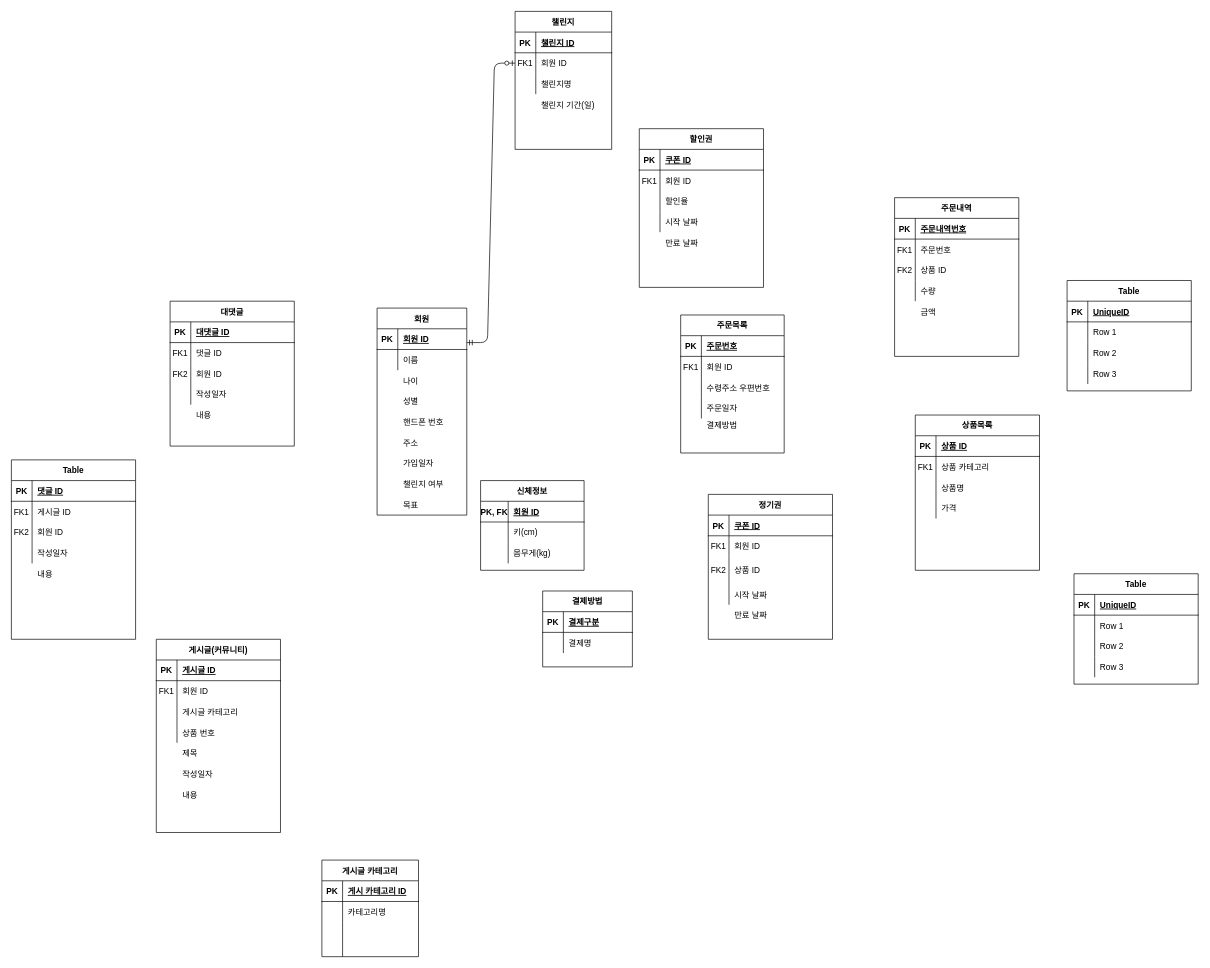
Above: Untitled Diagram.drawio in eunhwa99/Lab-Intern (draw.io), before the change. Source tidied: cells renumbered, new cells numbered last; positions are measured from the earlier drawing's top-left corner, leaving out a move shared by most shapes. Both pictures are drawn from the tidied source at 69%, with x=0, y=0 at pixel (11, 11).
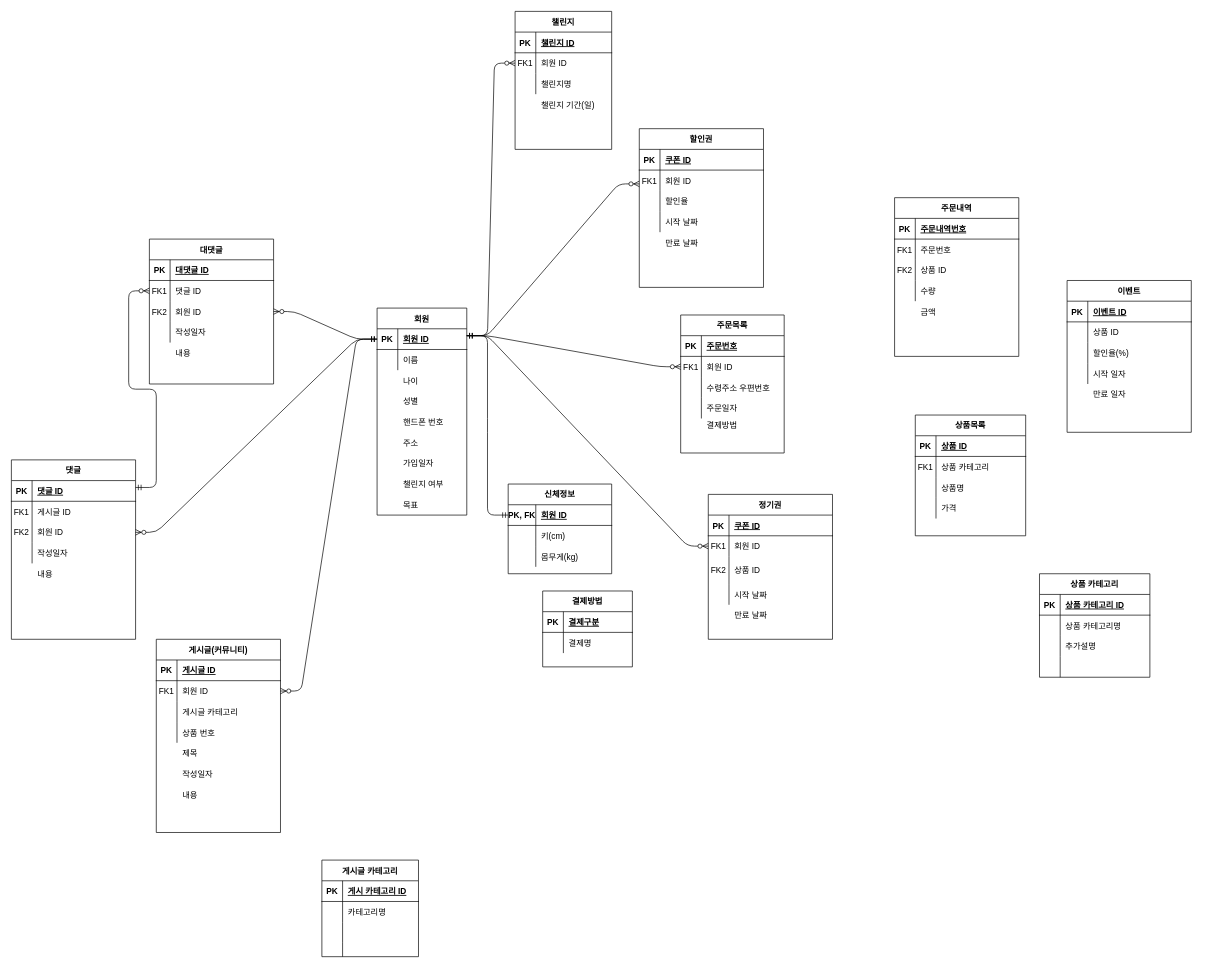
The same page after the edit.

Unchanged cells that the change refers to:
```xml
<mxCell id="6" style="shape=partialRectangle;fillColor=none;points=[[0,0.5],[1,0.5]];portConstraint=eastwest;top=0;left=0;right=0;bottom=0;" parent="2" vertex="1">
  <mxGeometry y="60" width="140" height="30" as="geometry" />
</mxCell>
<mxCell id="13" style="shape=partialRectangle;fillColor=none;points=[[0,0.5],[1,0.5]];portConstraint=eastwest;top=0;left=0;right=0;bottom=1;" parent="12" vertex="1">
  <mxGeometry y="30" width="130" height="30" as="geometry" />
</mxCell>
<mxCell id="32" style="shape=partialRectangle;fillColor=none;top=0;left=0;bottom=0;right=0;points=[[0,0.5],[1,0.5]];portConstraint=eastwest;" parent="28" vertex="1">
  <mxGeometry y="60" width="180" height="30" as="geometry" />
</mxCell>
<mxCell id="58" style="shape=partialRectangle;fillColor=none;top=0;left=0;bottom=0;right=0;points=[[0,0.5],[1,0.5]];portConstraint=eastwest;" parent="54" vertex="1">
  <mxGeometry y="60" width="150" height="30" as="geometry" />
</mxCell>
<mxCell id="78" style="shape=partialRectangle;fillColor=none;top=0;left=0;bottom=0;right=0;points=[[0,0.5],[1,0.5]];portConstraint=eastwest;" parent="74" vertex="1">
  <mxGeometry y="60" width="180" height="30" as="geometry" />
</mxCell>
<mxCell id="81" style="shape=partialRectangle;fillColor=none;top=0;left=0;bottom=0;right=0;points=[[0,0.5],[1,0.5]];portConstraint=eastwest;" parent="74" vertex="1">
  <mxGeometry y="90" width="180" height="30" as="geometry" />
</mxCell>
<mxCell id="88" style="shape=partialRectangle;fillColor=none;top=0;left=0;bottom=1;right=0;points=[[0,0.5],[1,0.5]];portConstraint=eastwest;" parent="87" vertex="1">
  <mxGeometry y="30" width="180" height="30" as="geometry" />
</mxCell>
<mxCell id="94" style="shape=partialRectangle;fillColor=none;top=0;left=0;bottom=0;right=0;points=[[0,0.5],[1,0.5]];portConstraint=eastwest;" parent="87" vertex="1">
  <mxGeometry y="90" width="180" height="30" as="geometry" />
</mxCell>
<mxCell id="104" style="shape=partialRectangle;fillColor=none;top=0;left=0;bottom=0;right=0;points=[[0,0.5],[1,0.5]];portConstraint=eastwest;" parent="100" vertex="1">
  <mxGeometry y="60" width="180" height="30" as="geometry" />
</mxCell>
<mxCell id="130" style="shape=partialRectangle;fillColor=none;top=0;left=0;bottom=0;right=0;points=[[0,0.5],[1,0.5]];portConstraint=eastwest;" parent="126" vertex="1">
  <mxGeometry y="60" width="180" height="30" as="geometry" />
</mxCell>
<mxCell id="153" style="shape=partialRectangle;fillColor=none;top=0;left=0;bottom=1;right=0;points=[[0,0.5],[1,0.5]];portConstraint=eastwest;" parent="152" vertex="1">
  <mxGeometry y="30" width="150" height="30" as="geometry" />
</mxCell>
<mxCell id="195" style="shape=partialRectangle;fillColor=none;top=0;left=0;bottom=1;right=0;" parent="194" vertex="1">
  <mxGeometry y="30" width="180" height="30" as="geometry" />
</mxCell>
<mxCell id="198" style="shape=partialRectangle;fillColor=none;top=0;left=0;bottom=0;right=0;" parent="194" vertex="1">
  <mxGeometry y="60" width="180" height="30" as="geometry" />
</mxCell>
<mxCell id="201" style="shape=partialRectangle;fillColor=none;top=0;left=0;bottom=0;right=0;" parent="194" vertex="1">
  <mxGeometry y="90" width="180" height="30" as="geometry" />
</mxCell>
<mxCell id="204" style="shape=partialRectangle;fillColor=none;top=0;left=0;bottom=0;right=0;" parent="194" vertex="1">
  <mxGeometry y="120" width="180" height="30" as="geometry" />
</mxCell>
```

Diff of the diagram source:
```diff
@@
-    <mxCell id="26" style="edgeStyle=entityRelationEdgeStyle;fontSize=12;html=1;endArrow=ERzeroToOne;startArrow=ERmandOne;entryX=0;entryY=0.5;entryDx=0;entryDy=0;" parent="1" edge="1" target="6">
-      <mxGeometry relative="1" as="geometry">
-        <mxPoint x="660" y="480" as="sourcePoint" />
-      </mxGeometry>
-    </mxCell>
@@
     <mxCell id="74" value="대댓글" style="shape=table;startSize=30;childLayout=tableLayout;rowLines=0;fontStyle=1;align=center;" parent="1" vertex="1">
-      <mxGeometry x="230" y="420" width="180" height="210" as="geometry" />
+      <mxGeometry x="200" y="330" width="180" height="210" as="geometry" />
     </mxCell>
@@
-    <mxCell id="87" value="Table" style="shape=table;startSize=30;childLayout=tableLayout;rowLines=0;fontStyle=1;align=center;" parent="1" vertex="1">
+    <mxCell id="87" value="댓글" style="shape=table;startSize=30;childLayout=tableLayout;rowLines=0;fontStyle=1;align=center;" parent="1" vertex="1">
       <mxGeometry y="650" width="180" height="260" as="geometry" />
     </mxCell>
@@
     <mxCell id="139" style="shape=partialRectangle;fillColor=none;top=0;left=0;bottom=0;right=0;" parent="1" vertex="1">
-      <mxGeometry x="230" y="570" width="180" height="30" as="geometry" />
+      <mxGeometry x="200" y="480" width="180" height="30" as="geometry" />
     </mxCell>
@@
     <mxCell id="152" value="신체정보" style="shape=table;startSize=30;childLayout=tableLayout;rowLines=0;fontStyle=1;align=center;" parent="1" vertex="1">
-      <mxGeometry x="680" y="680" width="150" height="130" as="geometry" />
+      <mxGeometry x="720" y="685" width="150" height="130" as="geometry" />
     </mxCell>
@@
     <mxCell id="168" value="상품목록" style="shape=table;startSize=30;childLayout=tableLayout;rowLines=0;fontStyle=1;align=center;" parent="1" vertex="1">
-      <mxGeometry x="1310" y="585" width="180" height="225" as="geometry" />
+      <mxGeometry x="1310" y="585" width="160" height="175" as="geometry" />
     </mxCell>
     <mxCell id="169" style="shape=partialRectangle;fillColor=none;top=0;left=0;bottom=1;right=0;" parent="168" vertex="1">
-      <mxGeometry y="30" width="180" height="30" as="geometry" />
+      <mxGeometry y="30" width="160" height="30" as="geometry" />
     </mxCell>
@@
     <mxCell id="171" value="상품 ID" style="shape=partialRectangle;fillColor=none;top=0;left=0;bottom=0;right=0;align=left;spacingLeft=6;fontStyle=5;overflow=hidden;" parent="169" vertex="1">
-      <mxGeometry x="30" width="150" height="30" as="geometry" />
+      <mxGeometry x="30" width="130" height="30" as="geometry" />
     </mxCell>
     <mxCell id="172" style="shape=partialRectangle;fillColor=none;top=0;left=0;bottom=0;right=0;" parent="168" vertex="1">
-      <mxGeometry y="60" width="180" height="30" as="geometry" />
+      <mxGeometry y="60" width="160" height="30" as="geometry" />
     </mxCell>
@@
     <mxCell id="174" value="상품 카테고리" style="shape=partialRectangle;fillColor=none;top=0;left=0;bottom=0;right=0;align=left;spacingLeft=6;overflow=hidden;" parent="172" vertex="1">
-      <mxGeometry x="30" width="150" height="30" as="geometry" />
+      <mxGeometry x="30" width="130" height="30" as="geometry" />
     </mxCell>
     <mxCell id="175" style="shape=partialRectangle;fillColor=none;top=0;left=0;bottom=0;right=0;" parent="168" vertex="1">
-      <mxGeometry y="90" width="180" height="30" as="geometry" />
+      <mxGeometry y="90" width="160" height="30" as="geometry" />
     </mxCell>
@@
     <mxCell id="177" value="상품명" style="shape=partialRectangle;fillColor=none;top=0;left=0;bottom=0;right=0;align=left;spacingLeft=6;overflow=hidden;" parent="175" vertex="1">
-      <mxGeometry x="30" width="150" height="30" as="geometry" />
+      <mxGeometry x="30" width="130" height="30" as="geometry" />
     </mxCell>
     <mxCell id="178" style="shape=partialRectangle;fillColor=none;top=0;left=0;bottom=0;right=0;" parent="168" vertex="1">
-      <mxGeometry y="120" width="180" height="30" as="geometry" />
+      <mxGeometry y="120" width="160" height="30" as="geometry" />
     </mxCell>
@@
     <mxCell id="180" value="가격" style="shape=partialRectangle;fillColor=none;top=0;left=0;bottom=0;right=0;align=left;spacingLeft=6;overflow=hidden;" parent="178" vertex="1">
-      <mxGeometry x="30" width="150" height="30" as="geometry" />
+      <mxGeometry x="30" width="130" height="30" as="geometry" />
     </mxCell>
-    <mxCell id="181" value="Table" style="shape=table;startSize=30;childLayout=tableLayout;rowLines=0;fontStyle=1;align=center;" parent="1" vertex="1">
-      <mxGeometry x="1540" y="815" width="180" height="160" as="geometry" />
+    <mxCell id="181" value="상품 카테고리" style="shape=table;startSize=30;childLayout=tableLayout;rowLines=0;fontStyle=1;align=center;" parent="1" vertex="1">
+      <mxGeometry x="1490" y="815" width="160" height="150" as="geometry" />
     </mxCell>
     <mxCell id="182" style="shape=partialRectangle;fillColor=none;top=0;left=0;bottom=1;right=0;" parent="181" vertex="1">
-      <mxGeometry y="30" width="180" height="30" as="geometry" />
+      <mxGeometry y="30" width="160" height="30" as="geometry" />
     </mxCell>
@@
-    <mxCell id="184" value="UniqueID" style="shape=partialRectangle;fillColor=none;top=0;left=0;bottom=0;right=0;align=left;spacingLeft=6;fontStyle=5;overflow=hidden;" parent="182" vertex="1">
-      <mxGeometry x="30" width="150" height="30" as="geometry" />
+    <mxCell id="184" value="상품 카테고리 ID" style="shape=partialRectangle;fillColor=none;top=0;left=0;bottom=0;right=0;align=left;spacingLeft=6;fontStyle=5;overflow=hidden;" parent="182" vertex="1">
+      <mxGeometry x="30" width="130" height="30" as="geometry" />
     </mxCell>
     <mxCell id="185" style="shape=partialRectangle;fillColor=none;top=0;left=0;bottom=0;right=0;" parent="181" vertex="1">
-      <mxGeometry y="60" width="180" height="30" as="geometry" />
+      <mxGeometry y="60" width="160" height="30" as="geometry" />
     </mxCell>
@@
-    <mxCell id="187" value="Row 1" style="shape=partialRectangle;fillColor=none;top=0;left=0;bottom=0;right=0;align=left;spacingLeft=6;overflow=hidden;" parent="185" vertex="1">
-      <mxGeometry x="30" width="150" height="30" as="geometry" />
+    <mxCell id="187" value="상품 카테고리명" style="shape=partialRectangle;fillColor=none;top=0;left=0;bottom=0;right=0;align=left;spacingLeft=6;overflow=hidden;" parent="185" vertex="1">
+      <mxGeometry x="30" width="130" height="30" as="geometry" />
     </mxCell>
     <mxCell id="188" style="shape=partialRectangle;fillColor=none;top=0;left=0;bottom=0;right=0;" parent="181" vertex="1">
-      <mxGeometry y="90" width="180" height="30" as="geometry" />
+      <mxGeometry y="90" width="160" height="30" as="geometry" />
     </mxCell>
@@
-    <mxCell id="190" value="Row 2" style="shape=partialRectangle;fillColor=none;top=0;left=0;bottom=0;right=0;align=left;spacingLeft=6;overflow=hidden;" parent="188" vertex="1">
-      <mxGeometry x="30" width="150" height="30" as="geometry" />
+    <mxCell id="190" value="추가설명" style="shape=partialRectangle;fillColor=none;top=0;left=0;bottom=0;right=0;align=left;spacingLeft=6;overflow=hidden;" parent="188" vertex="1">
+      <mxGeometry x="30" width="130" height="30" as="geometry" />
     </mxCell>
     <mxCell id="191" style="shape=partialRectangle;fillColor=none;top=0;left=0;bottom=0;right=0;" parent="181" vertex="1">
-      <mxGeometry y="120" width="180" height="30" as="geometry" />
+      <mxGeometry y="120" width="160" height="30" as="geometry" />
     </mxCell>
@@
-    <mxCell id="193" value="Row 3" style="shape=partialRectangle;fillColor=none;top=0;left=0;bottom=0;right=0;align=left;spacingLeft=6;overflow=hidden;" parent="191" vertex="1">
-      <mxGeometry x="30" width="150" height="30" as="geometry" />
+    <mxCell id="193" style="shape=partialRectangle;fillColor=none;top=0;left=0;bottom=0;right=0;align=left;spacingLeft=6;overflow=hidden;" parent="191" vertex="1">
+      <mxGeometry x="30" width="130" height="30" as="geometry" />
     </mxCell>
-    <mxCell id="194" value="Table" style="shape=table;startSize=30;childLayout=tableLayout;rowLines=0;fontStyle=1;align=center;" parent="1" vertex="1">
-      <mxGeometry x="1530" y="390" width="180" height="160" as="geometry" />
+    <mxCell id="194" value="이벤트" style="shape=table;startSize=30;childLayout=tableLayout;rowLines=0;fontStyle=1;align=center;" parent="1" vertex="1">
+      <mxGeometry x="1530" y="390" width="180" height="220" as="geometry" />
     </mxCell>
@@
-    <mxCell id="197" value="UniqueID" style="shape=partialRectangle;fillColor=none;top=0;left=0;bottom=0;right=0;align=left;spacingLeft=6;fontStyle=5;overflow=hidden;" parent="195" vertex="1">
+    <mxCell id="197" value="이벤트 ID" style="shape=partialRectangle;fillColor=none;top=0;left=0;bottom=0;right=0;align=left;spacingLeft=6;fontStyle=5;overflow=hidden;" parent="195" vertex="1">
       <mxGeometry x="30" width="150" height="30" as="geometry" />
     </mxCell>
@@
-    <mxCell id="200" value="Row 1" style="shape=partialRectangle;fillColor=none;top=0;left=0;bottom=0;right=0;align=left;spacingLeft=6;overflow=hidden;" parent="198" vertex="1">
+    <mxCell id="200" value="상품 ID" style="shape=partialRectangle;fillColor=none;top=0;left=0;bottom=0;right=0;align=left;spacingLeft=6;overflow=hidden;" parent="198" vertex="1">
       <mxGeometry x="30" width="150" height="30" as="geometry" />
     </mxCell>
@@
-    <mxCell id="203" value="Row 2" style="shape=partialRectangle;fillColor=none;top=0;left=0;bottom=0;right=0;align=left;spacingLeft=6;overflow=hidden;" parent="201" vertex="1">
+    <mxCell id="203" value="할인율(%)" style="shape=partialRectangle;fillColor=none;top=0;left=0;bottom=0;right=0;align=left;spacingLeft=6;overflow=hidden;" parent="201" vertex="1">
       <mxGeometry x="30" width="150" height="30" as="geometry" />
     </mxCell>
@@
-    <mxCell id="206" value="Row 3" style="shape=partialRectangle;fillColor=none;top=0;left=0;bottom=0;right=0;align=left;spacingLeft=6;overflow=hidden;" parent="204" vertex="1">
+    <mxCell id="206" value="시작 일자" style="shape=partialRectangle;fillColor=none;top=0;left=0;bottom=0;right=0;align=left;spacingLeft=6;overflow=hidden;" parent="204" vertex="1">
       <mxGeometry x="30" width="150" height="30" as="geometry" />
     </mxCell>
+    <mxCell id="207" value="만료 일자" style="shape=partialRectangle;fillColor=none;top=0;left=0;bottom=0;right=0;align=left;spacingLeft=6;overflow=hidden;" parent="1" vertex="1">
+      <mxGeometry x="1560" y="540" width="150" height="30" as="geometry" />
+    </mxCell>
+    <mxCell id="208" style="edgeStyle=entityRelationEdgeStyle;fontSize=12;html=1;endArrow=ERzeroToMany;startArrow=ERmandOne;entryX=0;entryY=0.667;entryDx=0;entryDy=0;entryPerimeter=0;" parent="1" edge="1" target="32">
+      <mxGeometry relative="1" as="geometry">
+        <mxPoint x="660" y="470" as="sourcePoint" />
+      </mxGeometry>
+    </mxCell>
+    <mxCell id="209" style="edgeStyle=entityRelationEdgeStyle;fontSize=12;html=1;endArrow=ERzeroToMany;startArrow=ERmandOne;" parent="1" edge="1">
+      <mxGeometry relative="1" as="geometry">
+        <mxPoint x="660" y="470" as="sourcePoint" />
+        <mxPoint x="730" y="75" as="targetPoint" />
+      </mxGeometry>
+    </mxCell>
+    <mxCell id="210" style="edgeStyle=entityRelationEdgeStyle;fontSize=12;html=1;endArrow=ERmandOne;startArrow=ERmandOne;entryX=0;entryY=0.5;entryDx=0;entryDy=0;" parent="1" edge="1" target="153">
+      <mxGeometry relative="1" as="geometry">
+        <mxPoint x="660" y="470" as="sourcePoint" />
+      </mxGeometry>
+    </mxCell>
+    <mxCell id="211" style="edgeStyle=entityRelationEdgeStyle;fontSize=12;html=1;endArrow=ERzeroToMany;endFill=1;entryX=0;entryY=0.5;entryDx=0;entryDy=0;" parent="1" edge="1" target="58">
+      <mxGeometry relative="1" as="geometry">
+        <mxPoint x="660" y="470" as="sourcePoint" />
+      </mxGeometry>
+    </mxCell>
+    <mxCell id="212" style="edgeStyle=entityRelationEdgeStyle;fontSize=12;html=1;endArrow=ERzeroToMany;endFill=1;entryX=0;entryY=0.5;entryDx=0;entryDy=0;" parent="1" edge="1" target="104">
+      <mxGeometry relative="1" as="geometry">
+        <mxPoint x="660" y="470" as="sourcePoint" />
+      </mxGeometry>
+    </mxCell>
+    <mxCell id="213" style="edgeStyle=entityRelationEdgeStyle;fontSize=12;html=1;endArrow=ERzeroToMany;startArrow=ERmandOne;exitX=0;exitY=0.5;exitDx=0;exitDy=0;" parent="1" edge="1" source="13" target="130">
+      <mxGeometry relative="1" as="geometry" />
+    </mxCell>
+    <mxCell id="214" style="edgeStyle=entityRelationEdgeStyle;fontSize=12;html=1;endArrow=ERzeroToMany;startArrow=ERmandOne;entryX=1;entryY=0.5;entryDx=0;entryDy=0;" parent="1" edge="1" source="13" target="94">
+      <mxGeometry relative="1" as="geometry" />
+    </mxCell>
+    <mxCell id="215" style="edgeStyle=entityRelationEdgeStyle;fontSize=12;html=1;endArrow=ERzeroToMany;startArrow=ERmandOne;exitX=0;exitY=0.5;exitDx=0;exitDy=0;" parent="1" edge="1" source="13" target="81">
+      <mxGeometry relative="1" as="geometry" />
+    </mxCell>
+    <mxCell id="216" style="edgeStyle=entityRelationEdgeStyle;fontSize=12;html=1;endArrow=ERzeroToMany;startArrow=ERmandOne;entryX=0;entryY=0.5;entryDx=0;entryDy=0;exitX=1;exitY=0.333;exitDx=0;exitDy=0;exitPerimeter=0;" parent="1" edge="1" source="88" target="78">
+      <mxGeometry relative="1" as="geometry" />
+    </mxCell>
```
